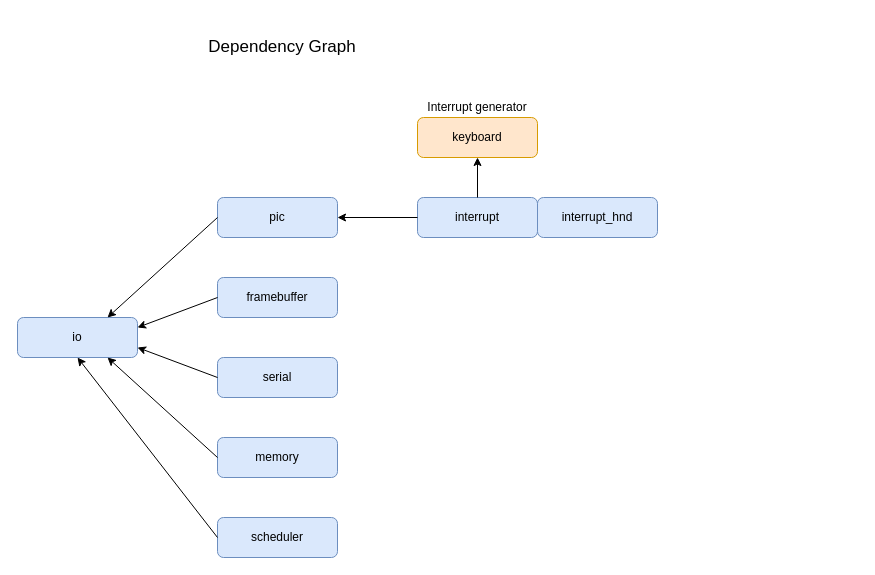
sandwichdoge/catchOS keeps this draw.io diagram as doc/Drafts/Dependency_Graph.drawio. Above is the earlier version. Source tidied: cells renumbered, new cells numbered last; positions are measured from the earlier drawing's top-left corner, leaving out a move shared by most shapes. Both pictures are drawn from the tidied source at 100%, with x=0, y=0 at pixel (17, 17).
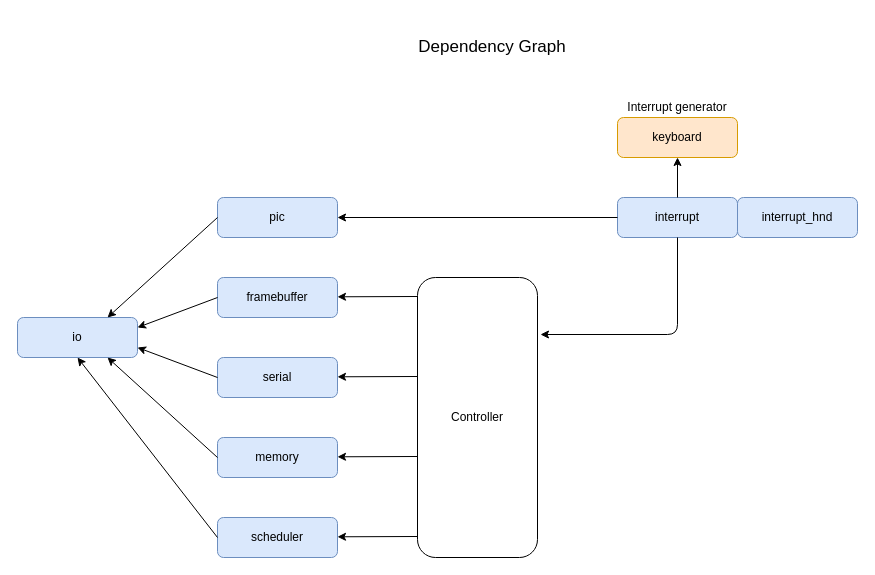
Above is the later version.

Commit message (it also covers changes not shown here):
controller layer between input and output devices, fix scan_code_to_ascii

Unchanged cells that the change refers to:
```xml
<mxCell id="3" value="pic" style="rounded=1;whiteSpace=wrap;html=1;fillColor=#dae8fc;strokeColor=#6c8ebf;" parent="1" vertex="1">
  <mxGeometry x="200" y="180" width="120" height="40" as="geometry" />
</mxCell>
```

What changed in the source:
```diff
@@
     <mxCell id="4" value="interrupt" style="rounded=1;whiteSpace=wrap;html=1;fillColor=#dae8fc;strokeColor=#6c8ebf;" parent="1" vertex="1">
-      <mxGeometry x="400" y="180" width="120" height="40" as="geometry" />
+      <mxGeometry x="600" y="180" width="120" height="40" as="geometry" />
     </mxCell>
@@
-    <mxCell id="10" style="endArrow=classic;html=1;entryX=1;entryY=0.5;entryDx=0;entryDy=0;exitX=0;exitY=0.5;exitDx=0;exitDy=0;" parent="1" edge="1" source="4" target="3">
+    <mxCell id="10" style="endArrow=classic;html=1;exitX=0;exitY=0.5;exitDx=0;exitDy=0;entryX=1;entryY=0.5;entryDx=0;entryDy=0;" parent="1" edge="1" source="4" target="3">
       <mxGeometry relative="1" as="geometry" />
     </mxCell>
     <mxCell id="11" value="keyboard" style="rounded=1;whiteSpace=wrap;html=1;fillColor=#ffe6cc;strokeColor=#d79b00;" parent="1" vertex="1">
-      <mxGeometry x="400" y="100" width="120" height="40" as="geometry" />
+      <mxGeometry x="600" y="100" width="120" height="40" as="geometry" />
     </mxCell>
@@
     <mxCell id="17" value="Interrupt generator" style="text;html=1;strokeColor=none;fillColor=none;align=center;verticalAlign=middle;whiteSpace=wrap;rounded=0;" parent="1" vertex="1">
-      <mxGeometry x="400" y="80" width="120" height="20" as="geometry" />
+      <mxGeometry x="600" y="80" width="120" height="20" as="geometry" />
     </mxCell>
     <mxCell id="18" value="interrupt_hnd" style="rounded=1;whiteSpace=wrap;html=1;fillColor=#dae8fc;strokeColor=#6c8ebf;" parent="1" vertex="1">
-      <mxGeometry x="520" y="180" width="120" height="40" as="geometry" />
+      <mxGeometry x="720" y="180" width="120" height="40" as="geometry" />
     </mxCell>
     <mxCell id="19" value="&lt;font style=&quot;font-size: 17px&quot;&gt;&lt;font style=&quot;font-size: 17px&quot;&gt;Dependency Graph&lt;/font&gt;&lt;/font&gt;" style="text;html=1;strokeColor=none;fillColor=none;align=center;verticalAlign=middle;whiteSpace=wrap;rounded=0;" parent="1" vertex="1">
-      <mxGeometry x="100" width="330" height="60" as="geometry" />
+      <mxGeometry x="310" width="330" height="60" as="geometry" />
     </mxCell>
+    <mxCell id="20" value="&lt;div&gt;Controller&lt;/div&gt;" style="rounded=1;whiteSpace=wrap;html=1;" parent="1" vertex="1">
+      <mxGeometry x="400" y="260" width="120" height="280" as="geometry" />
+    </mxCell>
+    <mxCell id="21" style="endArrow=classic;html=1;" parent="1" edge="1">
+      <mxGeometry relative="1" as="geometry">
+        <mxPoint x="400" y="279" as="sourcePoint" />
+        <mxPoint x="320" y="279.3" as="targetPoint" />
+      </mxGeometry>
+    </mxCell>
+    <mxCell id="22" style="endArrow=classic;html=1;" parent="1" edge="1">
+      <mxGeometry relative="1" as="geometry">
+        <mxPoint x="400" y="359" as="sourcePoint" />
+        <mxPoint x="320" y="359.3" as="targetPoint" />
+      </mxGeometry>
+    </mxCell>
+    <mxCell id="23" style="endArrow=classic;html=1;" parent="1" edge="1">
+      <mxGeometry relative="1" as="geometry">
+        <mxPoint x="400" y="439" as="sourcePoint" />
+        <mxPoint x="320" y="439.3" as="targetPoint" />
+      </mxGeometry>
+    </mxCell>
+    <mxCell id="24" style="endArrow=classic;html=1;" parent="1" edge="1">
+      <mxGeometry relative="1" as="geometry">
+        <mxPoint x="400" y="519" as="sourcePoint" />
+        <mxPoint x="320" y="519.3" as="targetPoint" />
+      </mxGeometry>
+    </mxCell>
+    <mxCell id="25" style="endArrow=classic;html=1;exitX=0.5;exitY=1;exitDx=0;exitDy=0;" parent="1" edge="1" source="4">
+      <mxGeometry relative="1" as="geometry">
+        <mxPoint x="523" y="317" as="targetPoint" />
+        <Array as="points">
+          <mxPoint x="660" y="317" />
+        </Array>
+      </mxGeometry>
+    </mxCell>
```
